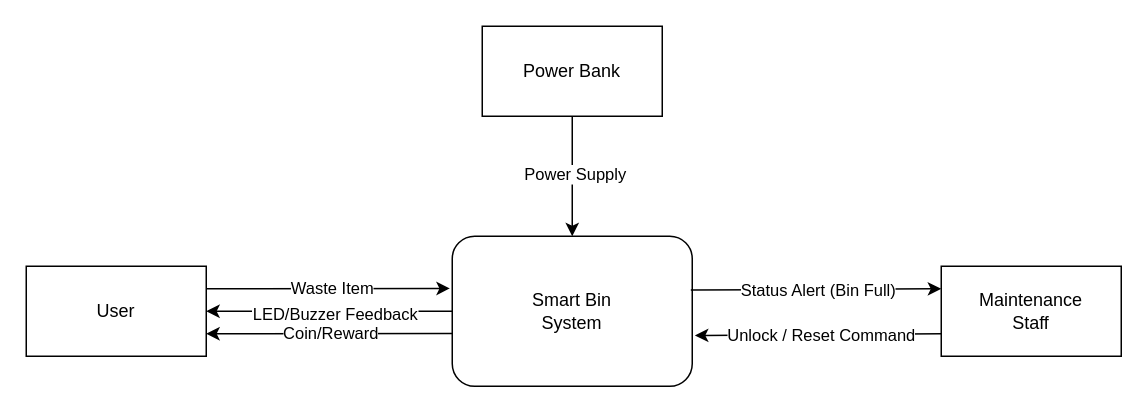
The draw.io diagram Documentation/Diagrams/context-diagram-smart-bin.drawio in bulaya-ute/SmartBin, before the edit. Source tidied: cells renumbered, new cells numbered last; positions are measured from the earlier drawing's top-left corner, leaving out a move shared by most shapes. Both pictures are drawn from the tidied source at 150%, with x=0, y=0 at pixel (26, 26).
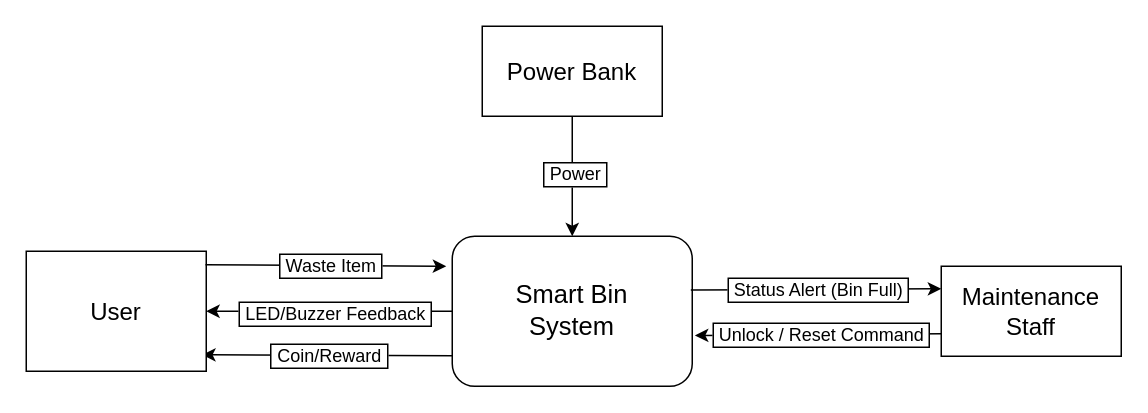
The same diagram, later.

Diff of the diagram source:
```diff
@@
 <mxGraphModel>
   <root>
     <mxCell id="0" />
     <mxCell id="1" parent="0" />
-    <mxCell id="2" style="edgeStyle=none;rounded=0;jettySize=auto;html=1;exitX=0.001;exitY=0.648;exitDx=0;exitDy=0;entryX=1;entryY=0.75;entryDx=0;entryDy=0;exitPerimeter=0;" parent="1" edge="1" source="10" target="4">
+    <mxCell id="2" style="edgeStyle=none;rounded=0;jettySize=auto;html=1;exitX=0.012;exitY=0.796;exitDx=0;exitDy=0;exitPerimeter=0;entryX=0.977;entryY=0.863;entryDx=0;entryDy=0;entryPerimeter=0;" parent="1" edge="1" source="10" target="4">
       <mxGeometry relative="1" as="geometry" />
     </mxCell>
-    <mxCell id="3" value="Coin/Reward" style="edgeLabel;html=1;align=center;verticalAlign=middle;" parent="2" vertex="1">
+    <mxCell id="3" value="&amp;nbsp;Coin/Reward&amp;nbsp;" style="edgeLabel;html=1;align=center;verticalAlign=middle;labelBorderColor=default;fontSize=12;" parent="2" vertex="1">
       <mxGeometry relative="1" as="geometry" />
     </mxCell>
-    <mxCell id="4" value="User" style="rounded=0;whiteSpace=wrap;html=1;" parent="1" vertex="1">
-      <mxGeometry y="160" width="120" height="60" as="geometry" />
+    <mxCell id="4" value="&lt;font style=&quot;font-size: 16px;&quot;&gt;User&lt;/font&gt;" style="rounded=0;whiteSpace=wrap;html=1;" parent="1" vertex="1">
+      <mxGeometry y="150" width="120" height="80" as="geometry" />
     </mxCell>
     <mxCell id="5" style="edgeStyle=none;rounded=0;jettySize=auto;html=1;exitX=0;exitY=0.75;exitDx=0;exitDy=0;entryX=1.011;entryY=0.662;entryDx=0;entryDy=0;entryPerimeter=0;" parent="1" edge="1" source="7" target="10">
       <mxGeometry relative="1" as="geometry" />
     </mxCell>
-    <mxCell id="6" value="Unlock / Reset Command" style="edgeLabel;html=1;align=center;verticalAlign=middle;rotation=0;" parent="5" vertex="1">
+    <mxCell id="6" value="&amp;nbsp;Unlock / Reset Command&amp;nbsp;" style="edgeLabel;html=1;align=center;verticalAlign=middle;rotation=0;fontSize=12;labelBorderColor=default;" parent="5" vertex="1">
       <mxGeometry x="-0.01" relative="1" as="geometry" />
     </mxCell>
-    <mxCell id="7" value="Maintenance&lt;div&gt;Staff&lt;/div&gt;" style="rounded=0;whiteSpace=wrap;html=1;" parent="1" vertex="1">
+    <mxCell id="7" value="&lt;font style=&quot;font-size: 16px;&quot;&gt;Maintenance&lt;/font&gt;&lt;div&gt;&lt;font style=&quot;font-size: 16px;&quot;&gt;Staff&lt;/font&gt;&lt;/div&gt;" style="rounded=0;whiteSpace=wrap;html=1;" parent="1" vertex="1">
       <mxGeometry x="610" y="160" width="120" height="60" as="geometry" />
     </mxCell>
     <mxCell id="8" style="edgeStyle=none;rounded=0;jettySize=auto;html=1;exitX=0;exitY=0.5;exitDx=0;exitDy=0;entryX=1;entryY=0.5;entryDx=0;entryDy=0;" parent="1" edge="1" source="10" target="4">
       <mxGeometry relative="1" as="geometry" />
     </mxCell>
-    <mxCell id="9" value="LED/Buzzer Feedback" style="edgeLabel;html=1;align=center;verticalAlign=middle;rotation=0;" parent="8" vertex="1">
+    <mxCell id="9" value="&amp;nbsp;LED/Buzzer Feedback&amp;nbsp;" style="edgeLabel;html=1;align=center;verticalAlign=middle;rotation=0;labelBorderColor=default;fontSize=12;" parent="8" vertex="1">
       <mxGeometry x="0.05" relative="1" as="geometry">
         <mxPoint x="7" y="1" as="offset" />
       </mxGeometry>
     </mxCell>
-    <mxCell id="10" value="Smart Bin&lt;div&gt;System&lt;/div&gt;" style="rounded=1;whiteSpace=wrap;html=1;" parent="1" vertex="1">
+    <mxCell id="10" value="&lt;font style=&quot;font-size: 17px;&quot;&gt;Smart Bin&lt;/font&gt;&lt;div&gt;&lt;font style=&quot;font-size: 17px;&quot;&gt;System&lt;/font&gt;&lt;/div&gt;" style="rounded=1;whiteSpace=wrap;html=1;" parent="1" vertex="1">
       <mxGeometry x="284" y="140" width="160" height="100" as="geometry" />
     </mxCell>
     <mxCell id="11" style="edgeStyle=none;rounded=0;jettySize=auto;html=1;exitX=0.994;exitY=0.359;exitDx=0;exitDy=0;entryX=0;entryY=0.25;entryDx=0;entryDy=0;exitPerimeter=0;" parent="1" edge="1" source="10" target="7">
       <mxGeometry relative="1" as="geometry" />
     </mxCell>
-    <mxCell id="12" value="Status Alert (Bin Full)" style="edgeLabel;html=1;align=center;verticalAlign=middle;rotation=0;" parent="11" vertex="1">
+    <mxCell id="12" value="&amp;nbsp;Status Alert (Bin Full)&amp;nbsp;" style="edgeLabel;html=1;align=center;verticalAlign=middle;rotation=0;fontSize=12;labelBorderColor=default;" parent="11" vertex="1">
       <mxGeometry x="0.01" relative="1" as="geometry" />
     </mxCell>
     <mxCell id="13" style="edgeStyle=none;rounded=0;jettySize=auto;html=1;" parent="1" edge="1" source="15" target="10">
       <mxGeometry relative="1" as="geometry" />
     </mxCell>
-    <mxCell id="14" value="Power Supply" style="edgeLabel;html=1;align=center;verticalAlign=middle;" parent="13" vertex="1">
+    <mxCell id="14" value="&amp;nbsp;Power&amp;nbsp;" style="edgeLabel;html=1;align=center;verticalAlign=middle;fontSize=12;labelBorderColor=default;" parent="13" vertex="1">
       <mxGeometry x="-0.04" y="1" relative="1" as="geometry" />
     </mxCell>
-    <mxCell id="15" value="Power Bank" style="rounded=0;whiteSpace=wrap;html=1;" parent="1" vertex="1">
+    <mxCell id="15" value="&lt;font style=&quot;font-size: 16px;&quot;&gt;Power Bank&lt;/font&gt;" style="rounded=0;whiteSpace=wrap;html=1;" parent="1" vertex="1">
       <mxGeometry x="304" width="120" height="60" as="geometry" />
     </mxCell>
-    <mxCell id="16" style="edgeStyle=none;rounded=0;jettySize=auto;html=1;exitX=1;exitY=0.25;exitDx=0;exitDy=0;entryX=-0.01;entryY=0.348;entryDx=0;entryDy=0;entryPerimeter=0;" parent="1" edge="1" source="4" target="10">
+    <mxCell id="16" style="edgeStyle=none;rounded=0;jettySize=auto;html=1;entryX=-0.025;entryY=0.2;entryDx=0;entryDy=0;entryPerimeter=0;exitX=0.996;exitY=0.113;exitDx=0;exitDy=0;exitPerimeter=0;" parent="1" edge="1" source="4" target="10">
       <mxGeometry relative="1" as="geometry" />
     </mxCell>
-    <mxCell id="17" value="Waste Item" style="edgeLabel;html=1;align=center;verticalAlign=middle;" parent="16" vertex="1">
+    <mxCell id="17" value="&amp;nbsp;Waste Item&amp;nbsp;" style="edgeLabel;html=1;align=center;verticalAlign=middle;labelBorderColor=default;fontSize=12;" parent="16" vertex="1">
       <mxGeometry x="-0.14" relative="1" as="geometry">
         <mxPoint x="14" as="offset" />
       </mxGeometry>
     </mxCell>
   </root>
 </mxGraphModel>
```
